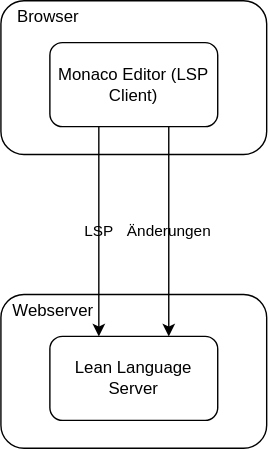
Bergschaf/banach-tarski keeps this draw.io diagram as Plakat_Regio/livelean-org.drawio.svg. Above is the earlier version. Source tidied: cells renumbered, new cells last; positions are measured from the earlier drawing's top-left corner, leaving out a move shared by most shapes. Source of this version:
```xml
<mxGraphModel>
  <root>
    <mxCell id="0" />
    <mxCell id="1" parent="0" />
    <mxCell id="2" value="&lt;div style=&quot;&quot;&gt;&lt;span style=&quot;background-color: initial;&quot;&gt;&amp;nbsp; Webserver&lt;/span&gt;&lt;/div&gt;&lt;br&gt;&lt;br&gt;&lt;br&gt;&lt;br&gt;&lt;br&gt;&lt;br&gt;" style="rounded=1;whiteSpace=wrap;html=1;align=left;fillColor=none;" parent="1" vertex="1">
      <mxGeometry y="210" width="190" height="110" as="geometry" />
    </mxCell>
    <mxCell id="3" value="Lean Language Server" style="rounded=1;whiteSpace=wrap;html=1;fillColor=none;" parent="1" vertex="1">
      <mxGeometry x="35" y="240" width="120" height="60" as="geometry" />
    </mxCell>
    <mxCell id="4" value="&lt;div style=&quot;&quot;&gt;&lt;span style=&quot;background-color: initial;&quot;&gt;&amp;nbsp; &amp;nbsp;Browser&lt;/span&gt;&lt;/div&gt;&lt;br&gt;&lt;br&gt;&lt;br&gt;&lt;br&gt;&lt;br&gt;&lt;br&gt;" style="rounded=1;whiteSpace=wrap;html=1;align=left;fillColor=none;" parent="1" vertex="1">
      <mxGeometry width="190" height="110" as="geometry" />
    </mxCell>
    <mxCell id="5" value="Änderungen" style="edgeStyle=orthogonalEdgeStyle;rounded=0;jettySize=auto;html=1;labelBackgroundColor=none;" parent="1" edge="1" source="6" target="3">
      <mxGeometry relative="1" as="geometry">
        <Array as="points">
          <mxPoint x="120" y="150" />
          <mxPoint x="120" y="150" />
        </Array>
      </mxGeometry>
    </mxCell>
    <mxCell id="6" value="Monaco Editor (LSP Client)" style="rounded=1;whiteSpace=wrap;html=1;fillColor=none;" parent="1" vertex="1">
      <mxGeometry x="35" y="30" width="120" height="60" as="geometry" />
    </mxCell>
    <mxCell id="7" value="LSP" style="edgeStyle=orthogonalEdgeStyle;rounded=0;orthogonalLoop=1;jettySize=auto;html=1;labelBackgroundColor=none;" parent="1" edge="1">
      <mxGeometry relative="1" as="geometry">
        <mxPoint x="70" y="90" as="sourcePoint" />
        <mxPoint x="70" y="240" as="targetPoint" />
        <Array as="points">
          <mxPoint x="70" y="150" />
          <mxPoint x="70" y="150" />
        </Array>
      </mxGeometry>
    </mxCell>
  </root>
</mxGraphModel>
```
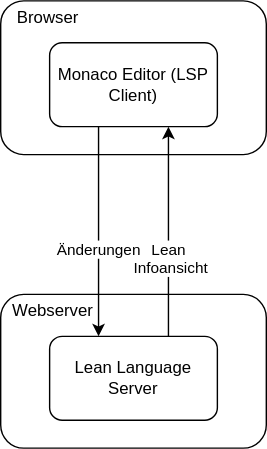
The same file after the commit.

Change to the diagram source:
```diff
@@ -11,7 +11,7 @@
     <mxCell id="4" value="&lt;div style=&quot;&quot;&gt;&lt;span style=&quot;background-color: initial;&quot;&gt;&amp;nbsp; &amp;nbsp;Browser&lt;/span&gt;&lt;/div&gt;&lt;br&gt;&lt;br&gt;&lt;br&gt;&lt;br&gt;&lt;br&gt;&lt;br&gt;" style="rounded=1;whiteSpace=wrap;html=1;align=left;fillColor=none;" parent="1" vertex="1">
       <mxGeometry width="190" height="110" as="geometry" />
     </mxCell>
-    <mxCell id="5" value="Änderungen" style="edgeStyle=orthogonalEdgeStyle;rounded=0;jettySize=auto;html=1;labelBackgroundColor=none;" parent="1" edge="1" source="6" target="3">
+    <mxCell id="5" value="Lean&lt;br&gt;&amp;nbsp;Infoansicht" style="edgeStyle=orthogonalEdgeStyle;rounded=0;jettySize=auto;html=1;labelBackgroundColor=default;verticalAlign=top;horizontal=1;labelPosition=center;verticalLabelPosition=bottom;align=center;startArrow=classic;startFill=1;endArrow=none;endFill=0;" parent="1" edge="1" source="6" target="3">
       <mxGeometry relative="1" as="geometry">
         <Array as="points">
           <mxPoint x="120" y="150" />
@@ -22,7 +22,7 @@
     <mxCell id="6" value="Monaco Editor (LSP Client)" style="rounded=1;whiteSpace=wrap;html=1;fillColor=none;" parent="1" vertex="1">
       <mxGeometry x="35" y="30" width="120" height="60" as="geometry" />
     </mxCell>
-    <mxCell id="7" value="LSP" style="edgeStyle=orthogonalEdgeStyle;rounded=0;orthogonalLoop=1;jettySize=auto;html=1;labelBackgroundColor=none;" parent="1" edge="1">
+    <mxCell id="7" value="Änderungen" style="edgeStyle=orthogonalEdgeStyle;rounded=0;orthogonalLoop=1;jettySize=auto;html=1;labelBackgroundColor=default;verticalAlign=top;labelPosition=center;verticalLabelPosition=bottom;align=center;" parent="1" edge="1">
       <mxGeometry relative="1" as="geometry">
         <mxPoint x="70" y="90" as="sourcePoint" />
         <mxPoint x="70" y="240" as="targetPoint" />
```
